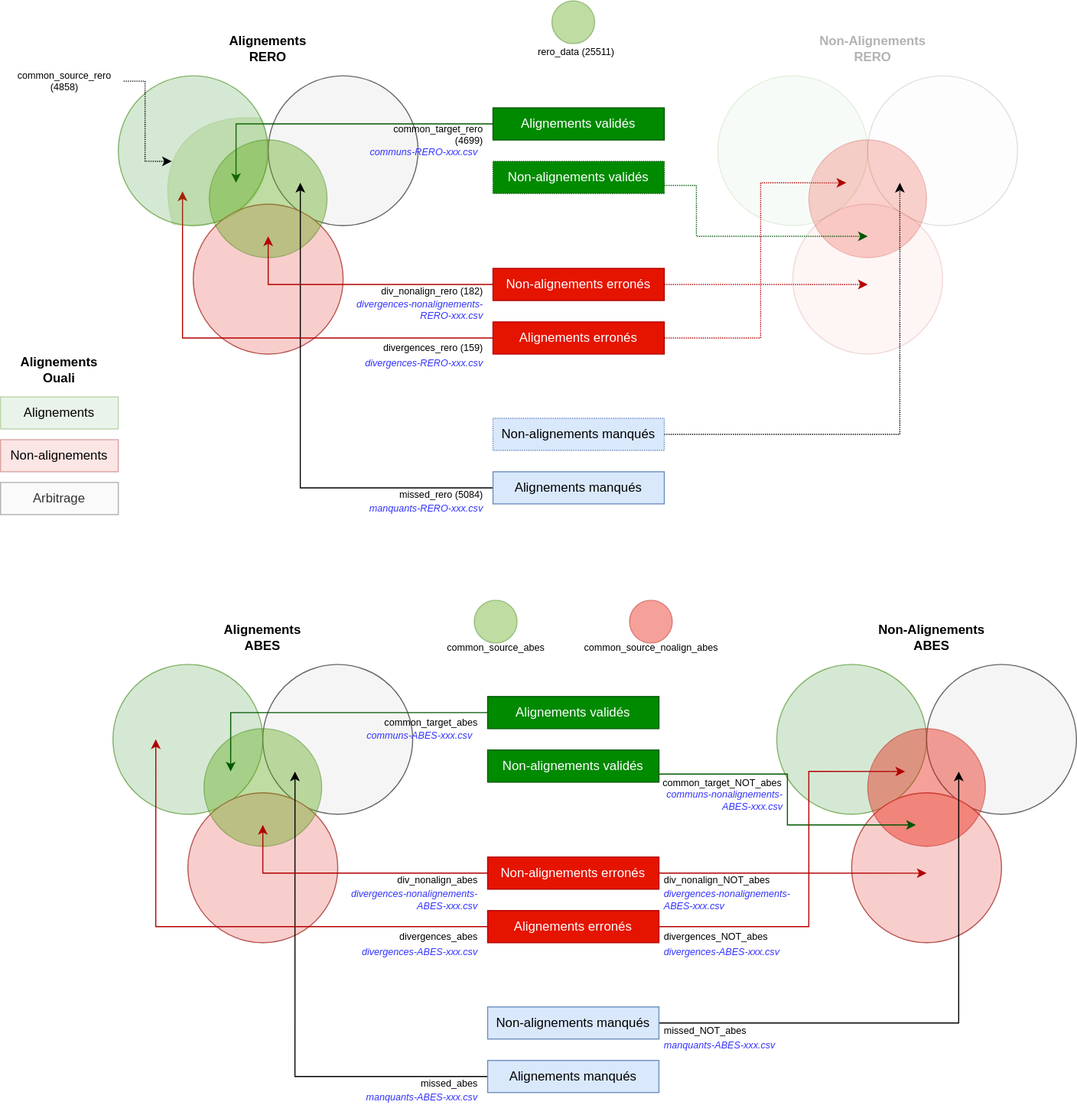
timtomch/ouali-benchmark keeps this draw.io diagram as Ouali-benchmark-sets.svg. Above is the earlier version. Source tidied: cells renumbered, new cells last; positions are measured from the earlier drawing's top-left corner, leaving out a move shared by most shapes.
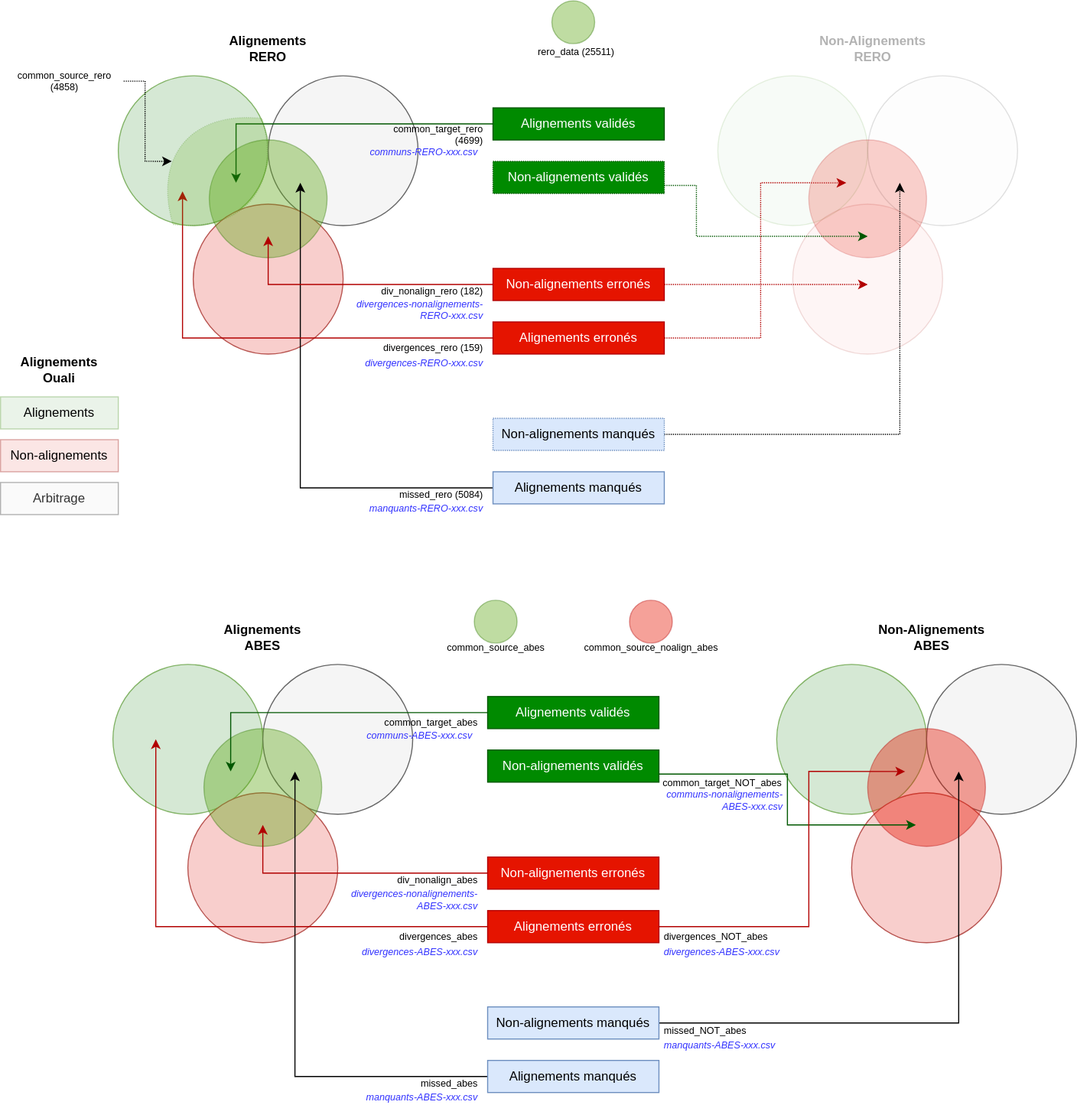
Above is the later version.

Commit message:
Correction graphique

Diff of the diagram source:
```diff
@@ -74,9 +74,6 @@
     <mxCell id="22" style="edgeStyle=orthogonalEdgeStyle;rounded=0;jettySize=auto;html=1;exitX=0;exitY=0.5;exitDx=0;exitDy=0;entryX=0.5;entryY=0.818;entryDx=0;entryDy=0;entryPerimeter=0;fillColor=#e51400;strokeColor=#B20000;" parent="1" edge="1" source="24" target="9">
       <mxGeometry relative="1" as="geometry" />
     </mxCell>
-    <mxCell id="23" style="edgeStyle=orthogonalEdgeStyle;rounded=0;jettySize=auto;html=1;exitX=1;exitY=0.5;exitDx=0;exitDy=0;entryX=0.5;entryY=0.536;entryDx=0;entryDy=0;entryPerimeter=0;fontSize=9;fillColor=#e51400;strokeColor=#B20000;" parent="1" edge="1" source="24" target="12">
-      <mxGeometry relative="1" as="geometry" />
-    </mxCell>
     <mxCell id="24" value="Non-alignements erronés" style="text;html=1;align=center;verticalAlign=middle;whiteSpace=wrap;rounded=0;fillColor=#e51400;strokeColor=#B20000;fontColor=#ffffff;" parent="1" vertex="1">
       <mxGeometry x="455" y="800" width="160" height="30" as="geometry" />
     </mxCell>
@@ -252,12 +249,6 @@
     <mxCell id="71" value="common_target_NOT_abes" style="text;html=1;strokeColor=none;fillColor=none;align=right;verticalAlign=middle;whiteSpace=wrap;rounded=0;fontSize=9;opacity=40;" parent="1" vertex="1">
       <mxGeometry x="612" y="716" width="120" height="30" as="geometry" />
     </mxCell>
-    <mxCell id="72" value="div_nonalign_NOT_abes" style="text;whiteSpace=wrap;html=1;fontSize=9;align=left;" parent="1" vertex="1">
-      <mxGeometry x="617.5" y="810" width="80" height="30" as="geometry" />
-    </mxCell>
-    <mxCell id="73" value="divergences-nonalignements-ABES-xxx.csv" style="text;whiteSpace=wrap;html=1;fontSize=9;fontStyle=2;fontColor=#3333FF;align=left;" parent="1" vertex="1">
-      <mxGeometry x="617.5" y="823" width="127.5" height="30" as="geometry" />
-    </mxCell>
     <mxCell id="74" value="divergences_NOT_abes" style="text;html=1;strokeColor=none;fillColor=none;align=left;verticalAlign=middle;whiteSpace=wrap;rounded=0;fontSize=9;opacity=40;" parent="1" vertex="1">
       <mxGeometry x="617.5" y="860" width="75" height="30" as="geometry" />
     </mxCell>
```
